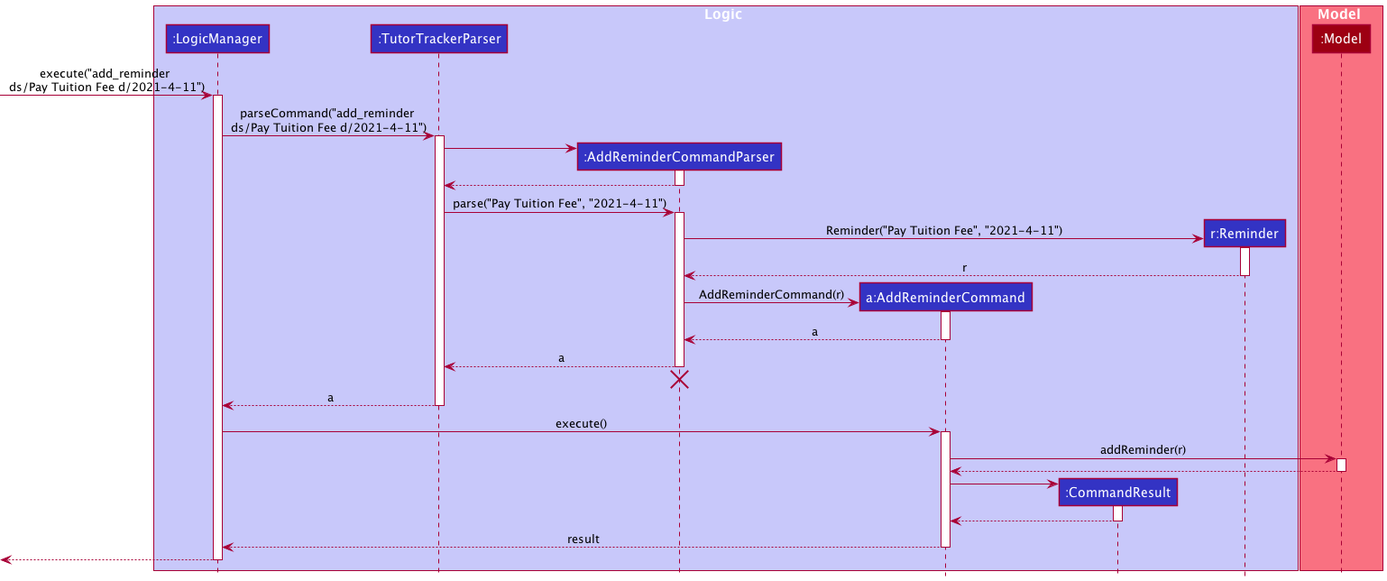
The PlantUML diagram docs/images/reminder/ReminderSequenceDiagram.png in nus-cs2103-AY2021S2/tp, before a commit.
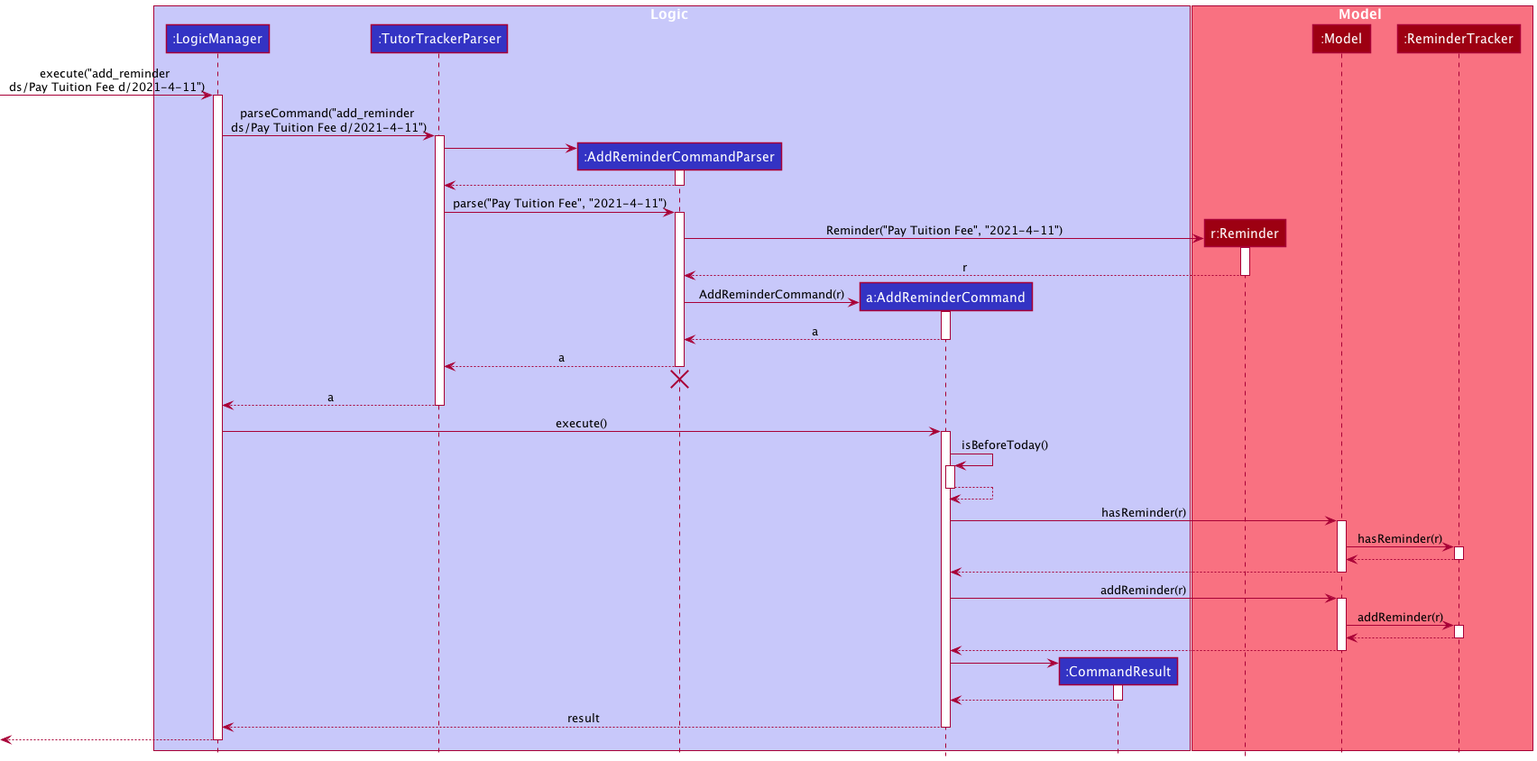
The same file after the commit.

Change to the diagram source:
```diff
@@ -7,11 +7,12 @@
 participant ":AddReminderCommandParser" as AddReminderCommandParser LOGIC_COLOR
 participant "a:AddReminderCommand" as AddReminderCommand LOGIC_COLOR
 participant ":CommandResult" as CommandResult LOGIC_COLOR
-participant "r:Reminder" as Reminder LOGIC_COLOR
 end box
 
 box Model MODEL_COLOR_T1
+participant "r:Reminder" as Reminder MODEL_COLOR
 participant ":Model" as Model MODEL_COLOR
+participant ":ReminderTracker" as ReminderTracker MODEL_COLOR
 end box
 
 [-> LogicManager : execute("add_reminder \nds/Pay Tuition Fee d/2021-4-11")
@@ -55,8 +56,28 @@
 LogicManager -> AddReminderCommand : execute()
 activate AddReminderCommand
 
+AddReminderCommand -> AddReminderCommand : isBeforeToday()
+activate AddReminderCommand
+AddReminderCommand --> AddReminderCommand
+deactivate AddReminderCommand
+
+AddReminderCommand -> Model : hasReminder(r)
+activate Model
+Model -> ReminderTracker : hasReminder(r)
+activate ReminderTracker
+ReminderTracker --> Model
+deactivate ReminderTracker
+Model --> AddReminderCommand
+deactivate Model
+
 AddReminderCommand -> Model : addReminder(r)
 activate Model
+
+Model -> ReminderTracker : addReminder(r)
+activate ReminderTracker
+
+ReminderTracker --> Model
+deactivate ReminderTracker
 
 Model --> AddReminderCommand
 deactivate Model
```
